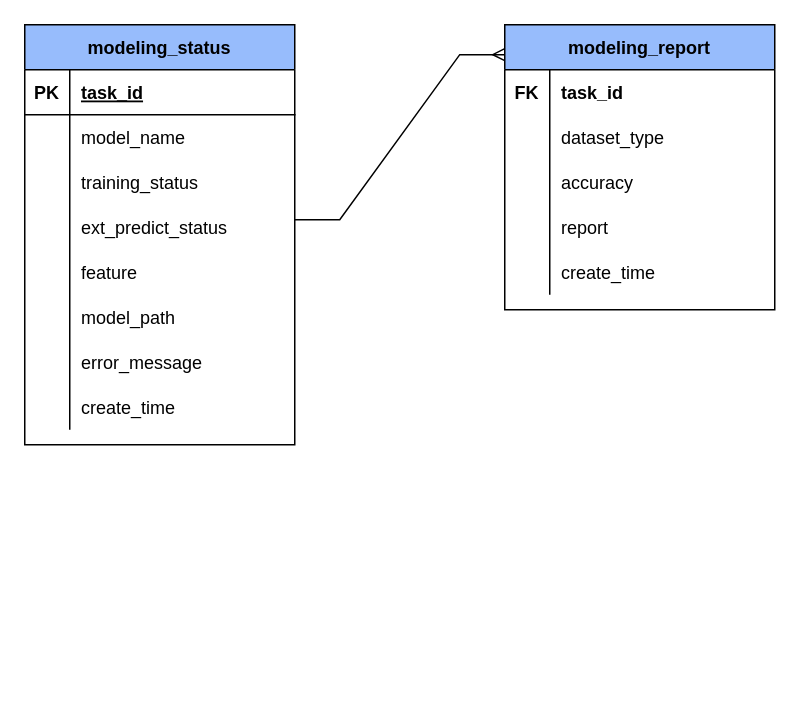
ychuang789/labelapi keeps this draw.io diagram as page "db_frame" (4 of 5) of graph/modeling_api.drawio. Above is the earlier version. Source tidied: cells renumbered, new cells numbered last; positions are measured from the earlier drawing's top-left corner, leaving out a move shared by most shapes. Both pictures are drawn from the tidied source at 150%, with x=0, y=0 at pixel (24, 24).
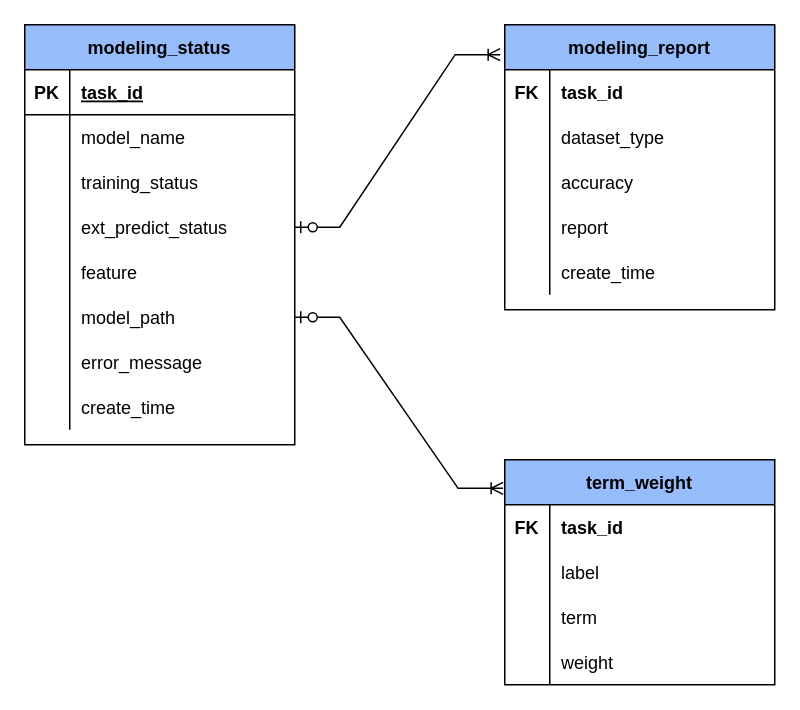
The same diagram, later.

Unchanged cells that the change refers to:
```xml
<mxCell id="12" style="shape=partialRectangle;fillColor=none;top=0;left=0;bottom=0;right=0;points=[[0,0.5],[1,0.5]];portConstraint=eastwest;strokeColor=default;align=center;" parent="2" vertex="1">
  <mxGeometry y="120" width="180" height="30" as="geometry" />
</mxCell>
<mxCell id="18" style="shape=partialRectangle;fillColor=none;top=0;left=0;bottom=0;right=0;points=[[0,0.5],[1,0.5]];portConstraint=eastwest;strokeColor=default;align=center;" parent="2" vertex="1">
  <mxGeometry y="180" width="180" height="30" as="geometry" />
</mxCell>
<mxCell id="27" value="modeling_report" style="shape=table;startSize=30;childLayout=tableLayout;rowLines=0;fontStyle=1;align=center;strokeColor=default;fillColor=#97BCFC;" parent="1" vertex="1">
  <mxGeometry x="320" width="180" height="190" as="geometry" />
</mxCell>
```

The edit, as a diff of the source:
```diff
@@
-    <mxCell id="43" style="edgeStyle=entityRelationEdgeStyle;fontSize=12;html=1;endArrow=ERmany;rounded=0;entryX=0;entryY=0.105;entryDx=0;entryDy=0;entryPerimeter=0;" parent="1" edge="1" target="27">
-      <mxGeometry relative="1" as="geometry">
-        <mxPoint x="180" y="130" as="sourcePoint" />
-      </mxGeometry>
-    </mxCell>
+    <mxCell id="44" value="term_weight" style="shape=table;startSize=30;childLayout=tableLayout;rowLines=0;fontStyle=1;align=center;strokeColor=default;fillColor=#97BCFC;" parent="1" vertex="1">
+      <mxGeometry x="320" y="290" width="180" height="150" as="geometry" />
+    </mxCell>
+    <mxCell id="45" style="shape=partialRectangle;fillColor=none;top=0;left=0;bottom=0;right=0;strokeColor=default;align=center;" parent="44" vertex="1">
+      <mxGeometry y="30" width="180" height="30" as="geometry" />
+    </mxCell>
+    <mxCell id="46" value="FK" style="shape=partialRectangle;fillColor=none;top=0;left=0;bottom=0;right=0;overflow=hidden;strokeColor=default;align=center;fontStyle=1;" parent="45" vertex="1">
+      <mxGeometry width="30" height="30" as="geometry" />
+    </mxCell>
+    <mxCell id="47" value="task_id" style="shape=partialRectangle;fillColor=none;top=0;left=0;bottom=0;right=0;align=left;spacingLeft=6;overflow=hidden;strokeColor=default;fontStyle=1;" parent="45" vertex="1">
+      <mxGeometry x="30" width="150" height="30" as="geometry" />
+    </mxCell>
+    <mxCell id="48" style="shape=partialRectangle;fillColor=none;top=0;left=0;bottom=0;right=0;strokeColor=default;align=center;" parent="44" vertex="1">
+      <mxGeometry y="60" width="180" height="30" as="geometry" />
+    </mxCell>
+    <mxCell id="49" style="shape=partialRectangle;fillColor=none;top=0;left=0;bottom=0;right=0;overflow=hidden;strokeColor=default;align=center;" parent="48" vertex="1">
+      <mxGeometry width="30" height="30" as="geometry" />
+    </mxCell>
+    <mxCell id="50" value="label" style="shape=partialRectangle;fillColor=none;top=0;left=0;bottom=0;right=0;align=left;spacingLeft=6;overflow=hidden;strokeColor=default;" parent="48" vertex="1">
+      <mxGeometry x="30" width="150" height="30" as="geometry" />
+    </mxCell>
+    <mxCell id="51" style="shape=partialRectangle;fillColor=none;top=0;left=0;bottom=0;right=0;strokeColor=default;align=center;" parent="44" vertex="1">
+      <mxGeometry y="90" width="180" height="30" as="geometry" />
+    </mxCell>
+    <mxCell id="52" style="shape=partialRectangle;fillColor=none;top=0;left=0;bottom=0;right=0;overflow=hidden;strokeColor=default;align=center;" parent="51" vertex="1">
+      <mxGeometry width="30" height="30" as="geometry" />
+    </mxCell>
+    <mxCell id="53" value="term" style="shape=partialRectangle;fillColor=none;top=0;left=0;bottom=0;right=0;align=left;spacingLeft=6;overflow=hidden;strokeColor=default;" parent="51" vertex="1">
+      <mxGeometry x="30" width="150" height="30" as="geometry" />
+    </mxCell>
+    <mxCell id="54" style="shape=partialRectangle;fillColor=none;top=0;left=0;bottom=0;right=0;strokeColor=default;align=center;" parent="44" vertex="1">
+      <mxGeometry y="120" width="180" height="30" as="geometry" />
+    </mxCell>
+    <mxCell id="55" style="shape=partialRectangle;fillColor=none;top=0;left=0;bottom=0;right=0;overflow=hidden;strokeColor=default;align=center;" parent="54" vertex="1">
+      <mxGeometry width="30" height="30" as="geometry" />
+    </mxCell>
+    <mxCell id="56" value="weight" style="shape=partialRectangle;fillColor=none;top=0;left=0;bottom=0;right=0;align=left;spacingLeft=6;overflow=hidden;strokeColor=default;" parent="54" vertex="1">
+      <mxGeometry x="30" width="150" height="30" as="geometry" />
+    </mxCell>
+    <mxCell id="57" style="edgeStyle=entityRelationEdgeStyle;fontSize=12;html=1;endArrow=ERoneToMany;startArrow=ERzeroToOne;rounded=0;exitX=1;exitY=0.5;exitDx=0;exitDy=0;entryX=-0.006;entryY=0.127;entryDx=0;entryDy=0;entryPerimeter=0;" parent="1" edge="1" source="18" target="44">
+      <mxGeometry relative="1" as="geometry" />
+    </mxCell>
+    <mxCell id="58" style="edgeStyle=entityRelationEdgeStyle;fontSize=12;html=1;endArrow=ERoneToMany;startArrow=ERzeroToOne;rounded=0;exitX=1;exitY=0.5;exitDx=0;exitDy=0;entryX=-0.017;entryY=0.105;entryDx=0;entryDy=0;entryPerimeter=0;" parent="1" edge="1" source="12" target="27">
+      <mxGeometry relative="1" as="geometry" />
+    </mxCell>
```
